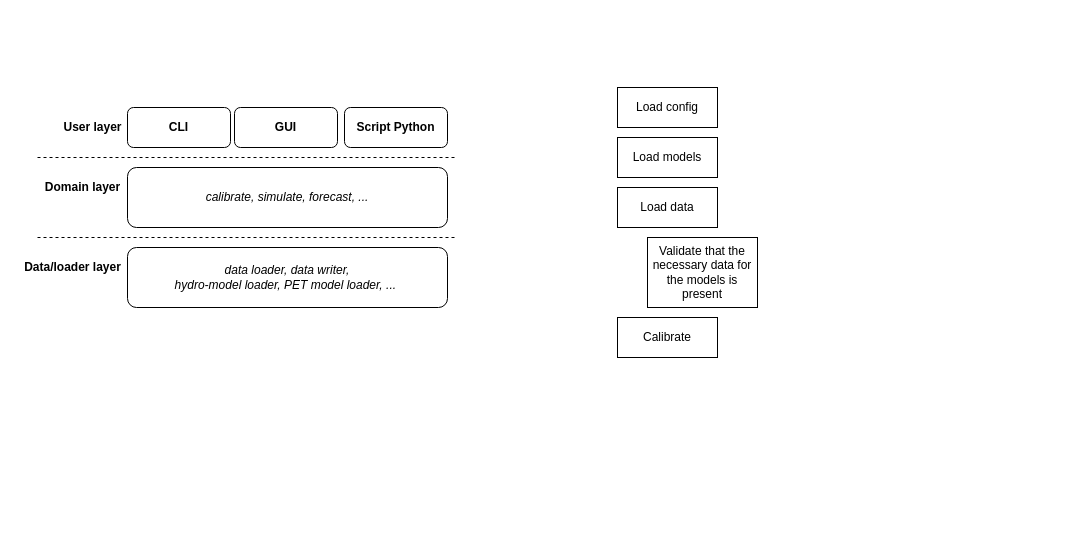
Above: docs/architecture.drawio in ulaval-rs/HOOPLApy (draw.io), before the change. Source tidied: cells renumbered, new cells numbered last; positions are measured from the earlier drawing's top-left corner, leaving out a move shared by most shapes. Both pictures are drawn from the tidied source at 100%, with x=0, y=0 at pixel (17, 87).
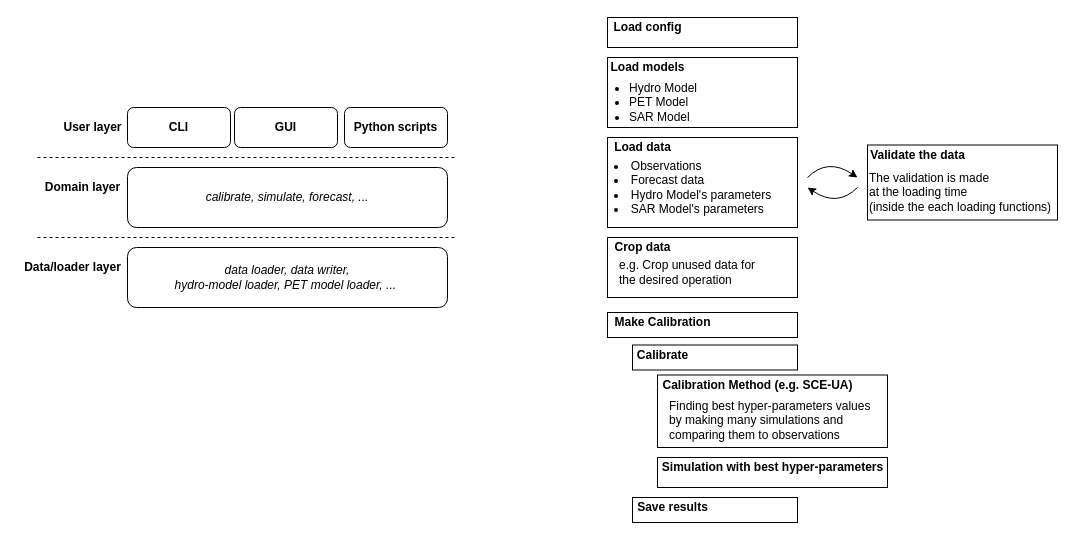
Above is the later version.

What changed in the source:
```diff
@@
+    <mxCell id="17" style="rounded=0;whiteSpace=wrap;html=1;" parent="1" vertex="1">
+      <mxGeometry x="640" y="370" width="230" height="30" as="geometry" />
+    </mxCell>
+    <mxCell id="18" style="rounded=0;whiteSpace=wrap;html=1;" parent="1" vertex="1">
+      <mxGeometry x="640" y="287.5" width="230" height="72.5" as="geometry" />
+    </mxCell>
+    <mxCell id="19" style="rounded=0;whiteSpace=wrap;html=1;" parent="1" vertex="1">
+      <mxGeometry x="615" y="410" width="165" height="25" as="geometry" />
+    </mxCell>
+    <mxCell id="20" style="rounded=0;whiteSpace=wrap;html=1;" parent="1" vertex="1">
+      <mxGeometry x="590" y="225" width="190" height="25" as="geometry" />
+    </mxCell>
@@
-    <mxCell id="3" value="&lt;b&gt;Script Python&lt;/b&gt;" style="rounded=1;whiteSpace=wrap;html=1;" parent="1" vertex="1">
+    <mxCell id="3" value="&lt;b&gt;Python scripts&lt;/b&gt;" style="rounded=1;whiteSpace=wrap;html=1;" parent="1" vertex="1">
       <mxGeometry x="327" y="20" width="103" height="40" as="geometry" />
     </mxCell>
@@
-    <mxCell id="12" value="Load config" style="rounded=0;whiteSpace=wrap;html=1;" parent="1" vertex="1">
-      <mxGeometry x="600" width="100" height="40" as="geometry" />
+    <mxCell id="12" style="rounded=0;whiteSpace=wrap;html=1;" parent="1" vertex="1">
+      <mxGeometry x="590" y="-70" width="190" height="30" as="geometry" />
     </mxCell>
-    <mxCell id="13" value="Load models" style="rounded=0;whiteSpace=wrap;html=1;" parent="1" vertex="1">
-      <mxGeometry x="600" y="50" width="100" height="40" as="geometry" />
+    <mxCell id="13" style="rounded=0;whiteSpace=wrap;html=1;" parent="1" vertex="1">
+      <mxGeometry x="590" y="-30" width="190" height="70" as="geometry" />
     </mxCell>
-    <mxCell id="14" value="Load data" style="rounded=0;whiteSpace=wrap;html=1;" parent="1" vertex="1">
-      <mxGeometry x="600" y="100" width="100" height="40" as="geometry" />
+    <mxCell id="14" style="rounded=0;whiteSpace=wrap;html=1;" parent="1" vertex="1">
+      <mxGeometry x="590" y="50" width="190" height="90" as="geometry" />
     </mxCell>
-    <mxCell id="15" value="Validate that the necessary data for the models is present" style="rounded=0;whiteSpace=wrap;html=1;" parent="1" vertex="1">
-      <mxGeometry x="630" y="150" width="110" height="70" as="geometry" />
-    </mxCell>
-    <mxCell id="16" value="Calibrate" style="rounded=0;whiteSpace=wrap;html=1;" parent="1" vertex="1">
-      <mxGeometry x="600" y="230" width="100" height="40" as="geometry" />
+    <mxCell id="16" style="rounded=0;whiteSpace=wrap;html=1;" parent="1" vertex="1">
+      <mxGeometry x="615" y="257.5" width="165" height="25" as="geometry" />
     </mxCell>
+    <mxCell id="21" value="&lt;ul&gt;&lt;li&gt;Hydro Model&amp;nbsp;&lt;/li&gt;&lt;li&gt;PET Model&lt;/li&gt;&lt;li&gt;SAR Model&lt;/li&gt;&lt;/ul&gt;" style="text;html=1;align=left;verticalAlign=middle;strokeColor=none;fillColor=none;" parent="1" vertex="1">
+      <mxGeometry x="570" y="-20" width="130" height="70" as="geometry" />
+    </mxCell>
+    <mxCell id="22" value="&lt;b&gt;Load models&lt;/b&gt;" style="text;html=1;align=center;verticalAlign=middle;strokeColor=none;fillColor=none;" parent="1" vertex="1">
+      <mxGeometry x="585" y="-30" width="90" height="20" as="geometry" />
+    </mxCell>
+    <mxCell id="23" value="&lt;b&gt;Load data&lt;/b&gt;" style="text;html=1;align=center;verticalAlign=middle;strokeColor=none;fillColor=none;" parent="1" vertex="1">
+      <mxGeometry x="590" y="50" width="70" height="20" as="geometry" />
+    </mxCell>
+    <mxCell id="24" value="&lt;b&gt;Load config&lt;/b&gt;" style="text;html=1;align=center;verticalAlign=middle;strokeColor=none;fillColor=none;" parent="1" vertex="1">
+      <mxGeometry x="590" y="-70" width="80" height="20" as="geometry" />
+    </mxCell>
+    <mxCell id="25" style="rounded=0;whiteSpace=wrap;html=1;align=left;" parent="1" vertex="1">
+      <mxGeometry x="850" y="57.5" width="190" height="75" as="geometry" />
+    </mxCell>
+    <mxCell id="26" value="&lt;b&gt;Validate the data&lt;/b&gt;" style="text;html=1;align=center;verticalAlign=middle;strokeColor=none;fillColor=none;" parent="1" vertex="1">
+      <mxGeometry x="845" y="57.5" width="110" height="20" as="geometry" />
+    </mxCell>
+    <mxCell id="27" style="curved=1;endArrow=classic;html=1;rounded=0;" parent="1" edge="1">
+      <mxGeometry relative="1" as="geometry">
+        <mxPoint x="790" y="90" as="sourcePoint" />
+        <mxPoint x="840" y="90" as="targetPoint" />
+        <Array as="points">
+          <mxPoint x="810" y="70" />
+        </Array>
+      </mxGeometry>
+    </mxCell>
+    <mxCell id="28" style="curved=1;endArrow=none;html=1;rounded=0;strokeColor=default;startArrow=classic;startFill=1;endFill=0;" parent="1" edge="1">
+      <mxGeometry relative="1" as="geometry">
+        <mxPoint x="790" y="100" as="sourcePoint" />
+        <mxPoint x="840" y="100" as="targetPoint" />
+        <Array as="points">
+          <mxPoint x="820" y="120" />
+        </Array>
+      </mxGeometry>
+    </mxCell>
+    <mxCell id="29" style="rounded=0;whiteSpace=wrap;html=1;" parent="1" vertex="1">
+      <mxGeometry x="590" y="150" width="190" height="60" as="geometry" />
+    </mxCell>
+    <mxCell id="30" value="&lt;b&gt;Crop data&lt;/b&gt;" style="text;html=1;align=center;verticalAlign=middle;strokeColor=none;fillColor=none;" parent="1" vertex="1">
+      <mxGeometry x="590" y="150" width="70" height="20" as="geometry" />
+    </mxCell>
+    <mxCell id="31" value="e.g. Crop unused data for &lt;br&gt;the desired operation" style="text;html=1;align=left;verticalAlign=middle;strokeColor=none;fillColor=none;" parent="1" vertex="1">
+      <mxGeometry x="600" y="170" width="150" height="30" as="geometry" />
+    </mxCell>
+    <mxCell id="32" value="The validation is made &lt;br&gt;at the loading time&lt;br&gt;(inside the each loading functions)&amp;nbsp;" style="text;html=1;align=left;verticalAlign=middle;strokeColor=none;fillColor=none;" parent="1" vertex="1">
+      <mxGeometry x="850" y="80" width="200" height="50" as="geometry" />
+    </mxCell>
+    <mxCell id="33" value="&lt;b&gt;Make Calibration&lt;/b&gt;" style="text;html=1;align=center;verticalAlign=middle;strokeColor=none;fillColor=none;" parent="1" vertex="1">
+      <mxGeometry x="590" y="225" width="110" height="20" as="geometry" />
+    </mxCell>
+    <mxCell id="34" value="&lt;b&gt;Calibrate&lt;/b&gt;" style="text;html=1;align=center;verticalAlign=middle;strokeColor=none;fillColor=none;" parent="1" vertex="1">
+      <mxGeometry x="610" y="257.5" width="70" height="20" as="geometry" />
+    </mxCell>
+    <mxCell id="35" value="&lt;b&gt;Save results&lt;/b&gt;" style="text;html=1;align=center;verticalAlign=middle;strokeColor=none;fillColor=none;" parent="1" vertex="1">
+      <mxGeometry x="610" y="410" width="90" height="20" as="geometry" />
+    </mxCell>
+    <mxCell id="36" value="&lt;b&gt;Calibration Method (e.g. SCE-UA)&lt;/b&gt;" style="text;html=1;align=center;verticalAlign=middle;strokeColor=none;fillColor=none;" parent="1" vertex="1">
+      <mxGeometry x="635" y="287.5" width="210" height="20" as="geometry" />
+    </mxCell>
+    <mxCell id="37" value="&lt;span&gt;Finding best hyper-parameters values&lt;br&gt;by making&amp;nbsp;&lt;/span&gt;&lt;span&gt;many simulations and &lt;br&gt;comparing them to observations&lt;/span&gt;" style="text;html=1;align=left;verticalAlign=middle;strokeColor=none;fillColor=none;" parent="1" vertex="1">
+      <mxGeometry x="650" y="307.5" width="220" height="50" as="geometry" />
+    </mxCell>
+    <mxCell id="38" value="&lt;b&gt;Simulation with best hyper-parameters&lt;/b&gt;" style="text;html=1;align=center;verticalAlign=middle;strokeColor=none;fillColor=none;" parent="1" vertex="1">
+      <mxGeometry x="635" y="370" width="240" height="20" as="geometry" />
+    </mxCell>
+    <mxCell id="39" value="&lt;li style=&quot;text-align: left&quot;&gt;Observations&lt;/li&gt;&lt;li style=&quot;text-align: left&quot;&gt;Forecast data&lt;/li&gt;&lt;li style=&quot;text-align: left&quot;&gt;Hydro Model's parameters&lt;/li&gt;&lt;li style=&quot;text-align: left&quot;&gt;SAR Model's parameters&lt;/li&gt;" style="text;html=1;align=center;verticalAlign=middle;strokeColor=none;fillColor=none;" parent="1" vertex="1">
+      <mxGeometry x="590" y="70" width="170" height="60" as="geometry" />
+    </mxCell>
```
